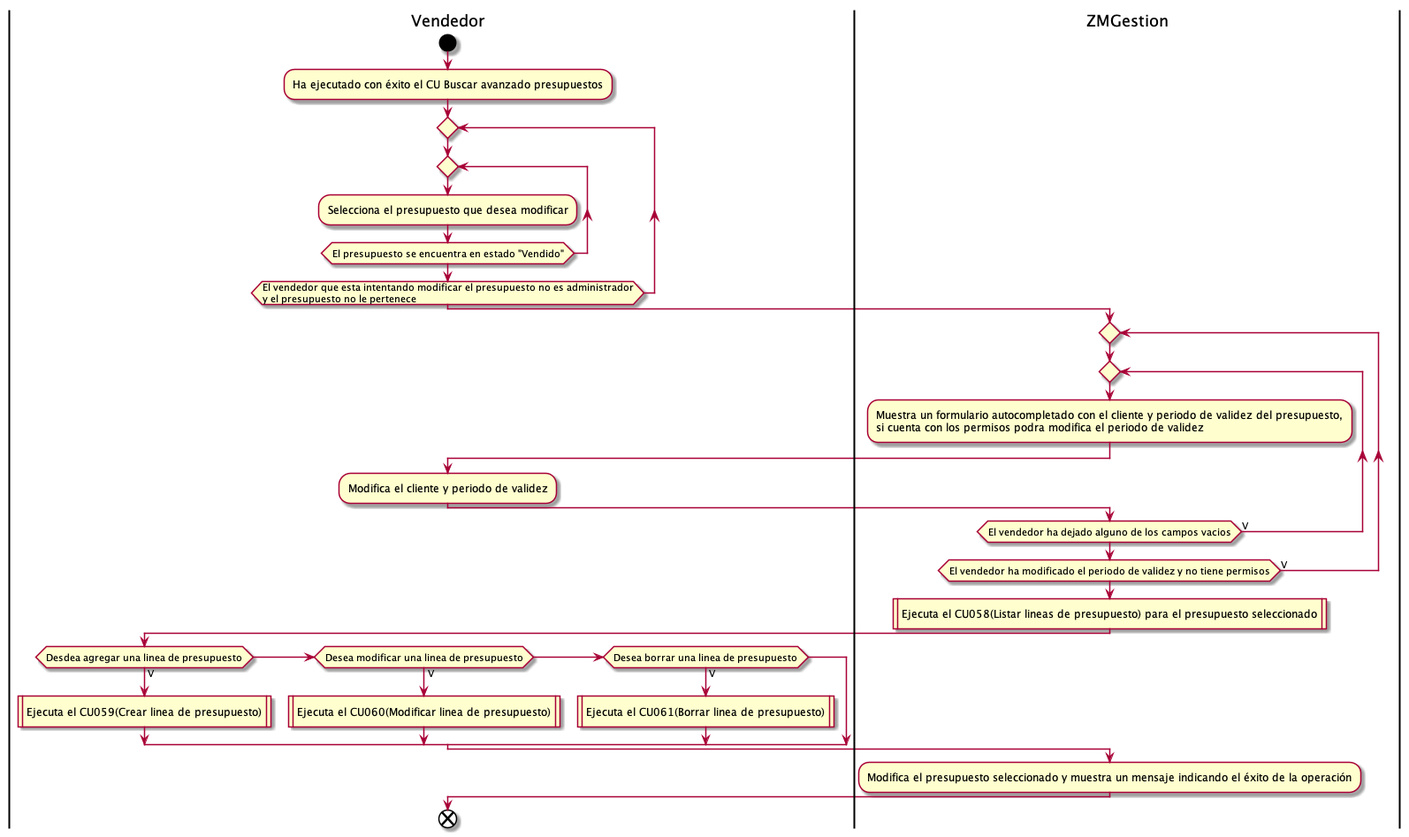
This is Informe Final/Imagenes/DiagramasActividad/DiagramaDeActividad/modificarPresupuesto.png from ZMGestion/DocumentacionZMGestion, a PlantUML export, as it was before one commit.
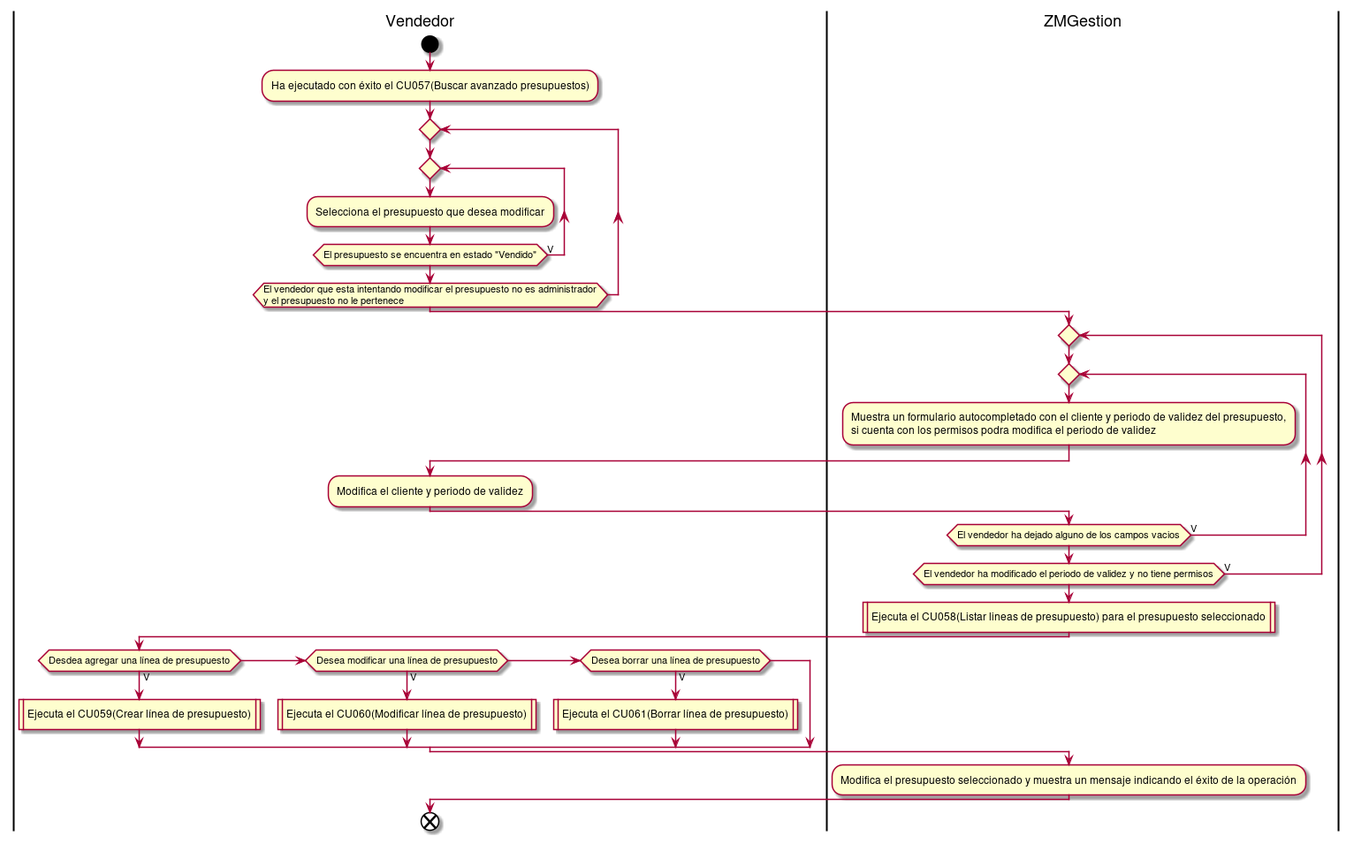
After the change.

The edit, as a diff of the source:
```diff
@@ -1,11 +1,11 @@
 @startuml modificarPresupuesto
 |Vendedor|
 start
-:Ha ejecutado con éxito el CU Buscar avanzado presupuestos;
+:Ha ejecutado con éxito el CU057(Buscar avanzado presupuestos);
 repeat
 repeat
 :Selecciona el presupuesto que desea modificar;
-repeat while(El presupuesto se encuentra en estado "Vendido")
+repeat while(El presupuesto se encuentra en estado "Vendido") is (V)
 repeat while (El vendedor que esta intentando modificar el presupuesto no es administrador
 y el presupuesto no le pertenece)
 |ZMGestion|
@@ -20,12 +20,12 @@
 repeat while(El vendedor ha modificado el periodo de validez y no tiene permisos) is (V)
 :Ejecuta el CU058(Listar lineas de presupuesto) para el presupuesto seleccionado|
 |Vendedor|
-if(Desdea agregar una linea de presupuesto) then (V)
-:Ejecuta el CU059(Crear linea de presupuesto)|
-else if  (Desea modificar una linea de presupuesto) then (V)
-:Ejecuta el CU060(Modificar linea de presupuesto)|
-else if (Desea borrar una linea de presupuesto) then (V)
-:Ejecuta el CU061(Borrar linea de presupuesto)|
+if(Desdea agregar una línea de presupuesto) then (V)
+:Ejecuta el CU059(Crear línea de presupuesto)|
+else if  (Desea modificar una línea de presupuesto) then (V)
+:Ejecuta el CU060(Modificar línea de presupuesto)|
+else if (Desea borrar una línea de presupuesto) then (V)
+:Ejecuta el CU061(Borrar línea de presupuesto)|
 endif
 |ZMGestion|
 :Modifica el presupuesto seleccionado y muestra un mensaje indicando el éxito de la operación;
```
